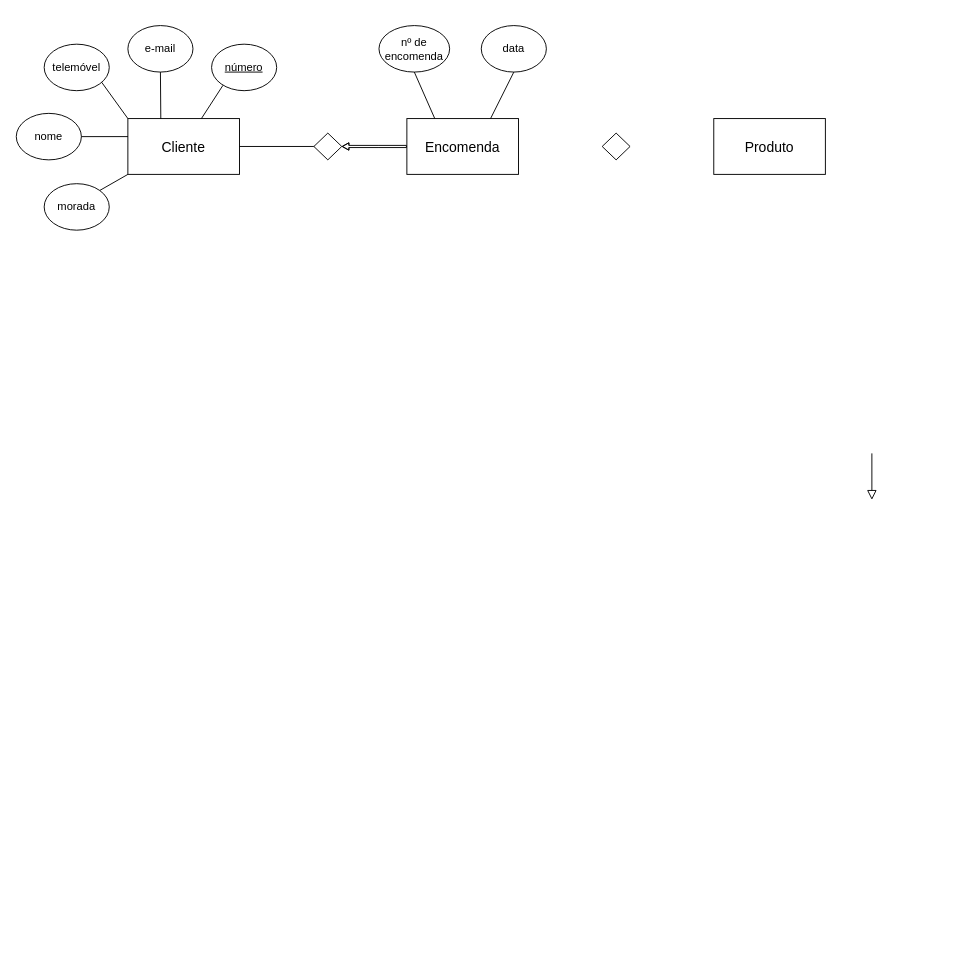
Earlier version of the draw.io diagram Diagrama sem nome.drawio (GreenMemory16/BD-2022-2023). Source tidied: cells renumbered, new cells numbered last; positions are measured from the earlier drawing's top-left corner, leaving out a move shared by most shapes. Both pictures are drawn from the tidied source at 93%, with x=0, y=0 at pixel (16, 25).
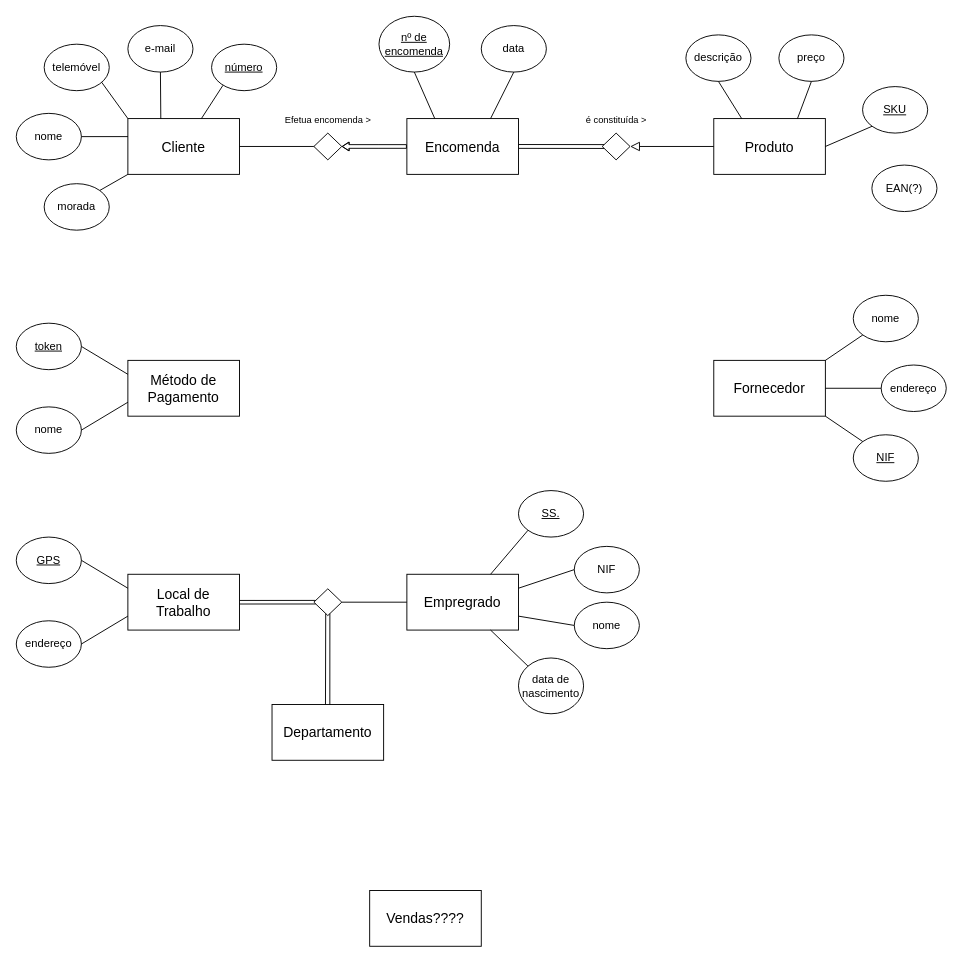
Above is the later version.

Commit message:
Elementos base do diagrama

The change refers to these unchanged cells:
```xml
<mxCell id="5" value="&lt;font style=&quot;font-size: 15px;&quot;&gt;Encomenda&lt;/font&gt;" style="rounded=0;whiteSpace=wrap;html=1;" parent="1" vertex="1">
  <mxGeometry x="420" y="100" width="120" height="60" as="geometry" />
</mxCell>
<mxCell id="22" style="rhombus;whiteSpace=wrap;html=1;" parent="1" vertex="1">
  <mxGeometry x="630" y="115.6" width="30" height="28.8" as="geometry" />
</mxCell>
<mxCell id="23" value="&lt;font style=&quot;font-size: 15px;&quot;&gt;Produto&lt;/font&gt;" style="rounded=0;whiteSpace=wrap;html=1;" parent="1" vertex="1">
  <mxGeometry x="750" y="100" width="120" height="60" as="geometry" />
</mxCell>
```

Change to the diagram source:
```diff
@@
-    <mxCell id="2" style="rounded=0;html=1;jettySize=auto;orthogonalLoop=1;fontSize=11;endArrow=block;endFill=0;endSize=8;strokeWidth=1;shadow=0;labelBackgroundColor=none;edgeStyle=orthogonalEdgeStyle;" parent="1" edge="1">
-      <mxGeometry relative="1" as="geometry">
-        <mxPoint x="920" y="460" as="sourcePoint" />
-        <mxPoint x="920" y="510" as="targetPoint" />
-      </mxGeometry>
-    </mxCell>
@@
-    <mxCell id="7" style="shape=flexArrow;endArrow=classic;html=1;rounded=0;endWidth=4.56679286100595;endSize=2.053953488372093;width=2.3255813953488373;" parent="1" edge="1">
+    <mxCell id="7" style="shape=flexArrow;endArrow=classic;html=1;rounded=0;endWidth=4.56679286100595;endSize=2.118229166666667;width=3.9583333333333335;" parent="1" edge="1">
       <mxGeometry relative="1" as="geometry">
         <mxPoint x="420" y="130" as="sourcePoint" />
         <mxPoint x="350" y="130" as="targetPoint" />
         <Array as="points">
           <mxPoint x="390" y="130" />
         </Array>
       </mxGeometry>
     </mxCell>
@@
-    <mxCell id="18" value="nº de encomenda" style="ellipse;whiteSpace=wrap;html=1;" parent="1" vertex="1">
-      <mxGeometry x="390" width="76" height="50" as="geometry" />
+    <mxCell id="18" value="&lt;u&gt;nº de encomenda&lt;/u&gt;" style="ellipse;whiteSpace=wrap;html=1;" parent="1" vertex="1">
+      <mxGeometry x="390" y="-10" width="76" height="60" as="geometry" />
     </mxCell>
@@
+    <mxCell id="24" style="rounded=0;html=1;jettySize=auto;fontSize=11;endArrow=block;endFill=0;endSize=8;strokeWidth=1;shadow=0;labelBackgroundColor=none;edgeStyle=orthogonalEdgeStyle;entryX=1;entryY=0.5;entryDx=0;entryDy=0;exitX=0;exitY=0.5;exitDx=0;exitDy=0;" parent="1" edge="1" source="23" target="22">
+      <mxGeometry relative="1" as="geometry" />
+    </mxCell>
+    <mxCell id="25" style="endArrow=none;html=1;rounded=0;entryX=0.069;entryY=0.43;entryDx=0;entryDy=0;entryPerimeter=0;exitX=1;exitY=0.465;exitDx=0;exitDy=0;exitPerimeter=0;" parent="1" edge="1" source="5" target="22">
+      <mxGeometry relative="1" as="geometry" />
+    </mxCell>
+    <mxCell id="26" style="endArrow=none;html=1;rounded=0;entryX=0.071;entryY=0.574;entryDx=0;entryDy=0;entryPerimeter=0;exitX=1.002;exitY=0.534;exitDx=0;exitDy=0;exitPerimeter=0;" parent="1" edge="1" source="5" target="22">
+      <mxGeometry relative="1" as="geometry" />
+    </mxCell>
+    <mxCell id="27" value="descrição" style="ellipse;whiteSpace=wrap;html=1;" parent="1" vertex="1">
+      <mxGeometry x="720" y="10" width="70" height="50" as="geometry" />
+    </mxCell>
+    <mxCell id="28" value="preço" style="ellipse;whiteSpace=wrap;html=1;" parent="1" vertex="1">
+      <mxGeometry x="820" y="10" width="70" height="50" as="geometry" />
+    </mxCell>
+    <mxCell id="29" value="&lt;u&gt;SKU&lt;/u&gt;" style="ellipse;whiteSpace=wrap;html=1;" parent="1" vertex="1">
+      <mxGeometry x="910" y="65.6" width="70" height="50" as="geometry" />
+    </mxCell>
+    <mxCell id="30" value="EAN(?)" style="ellipse;whiteSpace=wrap;html=1;" parent="1" vertex="1">
+      <mxGeometry x="920" y="150" width="70" height="50" as="geometry" />
+    </mxCell>
+    <mxCell id="31" style="endArrow=none;html=1;rounded=0;entryX=0.5;entryY=1;entryDx=0;entryDy=0;exitX=0.25;exitY=0;exitDx=0;exitDy=0;" parent="1" edge="1" source="23" target="27">
+      <mxGeometry relative="1" as="geometry" />
+    </mxCell>
+    <mxCell id="32" style="endArrow=none;html=1;rounded=0;entryX=0.5;entryY=1;entryDx=0;entryDy=0;exitX=0.75;exitY=0;exitDx=0;exitDy=0;" parent="1" edge="1" source="23" target="28">
+      <mxGeometry relative="1" as="geometry" />
+    </mxCell>
+    <mxCell id="33" style="endArrow=none;html=1;rounded=0;entryX=0;entryY=1;entryDx=0;entryDy=0;exitX=1;exitY=0.5;exitDx=0;exitDy=0;" parent="1" edge="1" source="23" target="29">
+      <mxGeometry relative="1" as="geometry" />
+    </mxCell>
+    <mxCell id="34" value="&lt;font style=&quot;font-size: 10px;&quot;&gt;Efetua encomenda &amp;gt;&lt;/font&gt;" style="text;html=1;align=center;verticalAlign=middle;strokeColor=none;fillColor=none;" parent="1" vertex="1">
+      <mxGeometry x="275" y="85.6" width="120" height="30" as="geometry" />
+    </mxCell>
+    <mxCell id="35" value="&lt;font style=&quot;font-size: 10px;&quot;&gt;é constituída &amp;gt;&lt;/font&gt;" style="text;html=1;align=center;verticalAlign=middle;strokeColor=none;fillColor=none;" parent="1" vertex="1">
+      <mxGeometry x="600" y="85.6" width="90" height="30" as="geometry" />
+    </mxCell>
+    <mxCell id="36" value="&lt;font style=&quot;font-size: 15px;&quot;&gt;Fornecedor&lt;/font&gt;" style="rounded=0;whiteSpace=wrap;html=1;" parent="1" vertex="1">
+      <mxGeometry x="750" y="360" width="120" height="60" as="geometry" />
+    </mxCell>
+    <mxCell id="37" value="&lt;font style=&quot;font-size: 15px;&quot;&gt;Método de Pagamento&lt;/font&gt;" style="rounded=0;whiteSpace=wrap;html=1;" parent="1" vertex="1">
+      <mxGeometry x="120" y="360" width="120" height="60" as="geometry" />
+    </mxCell>
+    <mxCell id="38" value="&lt;u&gt;token&lt;/u&gt;" style="ellipse;whiteSpace=wrap;html=1;" parent="1" vertex="1">
+      <mxGeometry y="320" width="70" height="50" as="geometry" />
+    </mxCell>
+    <mxCell id="39" value="nome" style="ellipse;whiteSpace=wrap;html=1;" parent="1" vertex="1">
+      <mxGeometry y="410" width="70" height="50" as="geometry" />
+    </mxCell>
+    <mxCell id="40" style="endArrow=none;html=1;rounded=0;exitX=1;exitY=0.5;exitDx=0;exitDy=0;entryX=0;entryY=0.25;entryDx=0;entryDy=0;" parent="1" edge="1" source="38" target="37">
+      <mxGeometry relative="1" as="geometry" />
+    </mxCell>
+    <mxCell id="41" style="endArrow=none;html=1;rounded=0;entryX=0;entryY=0.75;entryDx=0;entryDy=0;exitX=1;exitY=0.5;exitDx=0;exitDy=0;" parent="1" edge="1" source="39" target="37">
+      <mxGeometry relative="1" as="geometry" />
+    </mxCell>
+    <mxCell id="42" value="&lt;font style=&quot;font-size: 15px;&quot;&gt;Local de Trabalho&lt;/font&gt;" style="rounded=0;whiteSpace=wrap;html=1;" parent="1" vertex="1">
+      <mxGeometry x="120" y="590" width="120" height="60" as="geometry" />
+    </mxCell>
+    <mxCell id="43" value="&lt;font style=&quot;font-size: 15px;&quot;&gt;Empregrado&lt;/font&gt;" style="rounded=0;whiteSpace=wrap;html=1;" parent="1" vertex="1">
+      <mxGeometry x="420" y="590" width="120" height="60" as="geometry" />
+    </mxCell>
+    <mxCell id="44" value="&lt;u&gt;SS.&lt;/u&gt;" style="ellipse;whiteSpace=wrap;html=1;" parent="1" vertex="1">
+      <mxGeometry x="540" y="500" width="70" height="50" as="geometry" />
+    </mxCell>
+    <mxCell id="45" value="NIF" style="ellipse;whiteSpace=wrap;html=1;" parent="1" vertex="1">
+      <mxGeometry x="600" y="560" width="70" height="50" as="geometry" />
+    </mxCell>
+    <mxCell id="46" value="nome" style="ellipse;whiteSpace=wrap;html=1;" parent="1" vertex="1">
+      <mxGeometry x="600" y="620" width="70" height="50" as="geometry" />
+    </mxCell>
+    <mxCell id="47" value="data de nascimento" style="ellipse;whiteSpace=wrap;html=1;" parent="1" vertex="1">
+      <mxGeometry x="540" y="680" width="70" height="60" as="geometry" />
+    </mxCell>
+    <mxCell id="48" style="endArrow=none;html=1;rounded=0;entryX=0;entryY=0;entryDx=0;entryDy=0;exitX=0.75;exitY=1;exitDx=0;exitDy=0;" parent="1" edge="1" source="43" target="47">
+      <mxGeometry relative="1" as="geometry" />
+    </mxCell>
+    <mxCell id="49" style="endArrow=none;html=1;rounded=0;entryX=0;entryY=1;entryDx=0;entryDy=0;exitX=0.75;exitY=0;exitDx=0;exitDy=0;" parent="1" edge="1" source="43" target="44">
+      <mxGeometry relative="1" as="geometry" />
+    </mxCell>
+    <mxCell id="50" style="endArrow=none;html=1;rounded=0;entryX=0;entryY=0.5;entryDx=0;entryDy=0;exitX=1;exitY=0.25;exitDx=0;exitDy=0;" parent="1" edge="1" source="43" target="45">
+      <mxGeometry relative="1" as="geometry" />
+    </mxCell>
+    <mxCell id="51" style="endArrow=none;html=1;rounded=0;entryX=0;entryY=0.5;entryDx=0;entryDy=0;exitX=1;exitY=0.75;exitDx=0;exitDy=0;" parent="1" edge="1" source="43" target="46">
+      <mxGeometry relative="1" as="geometry" />
+    </mxCell>
+    <mxCell id="52" style="rhombus;whiteSpace=wrap;html=1;" parent="1" vertex="1">
+      <mxGeometry x="320" y="605.6" width="30" height="28.8" as="geometry" />
+    </mxCell>
+    <mxCell id="53" value="&lt;u&gt;GPS&lt;/u&gt;" style="ellipse;whiteSpace=wrap;html=1;" parent="1" vertex="1">
+      <mxGeometry y="550" width="70" height="50" as="geometry" />
+    </mxCell>
+    <mxCell id="54" value="endereço" style="ellipse;whiteSpace=wrap;html=1;" parent="1" vertex="1">
+      <mxGeometry y="640" width="70" height="50" as="geometry" />
+    </mxCell>
+    <mxCell id="55" style="endArrow=none;html=1;rounded=0;entryX=1;entryY=0.5;entryDx=0;entryDy=0;exitX=0;exitY=0.25;exitDx=0;exitDy=0;" parent="1" edge="1" source="42" target="53">
+      <mxGeometry relative="1" as="geometry" />
+    </mxCell>
+    <mxCell id="56" style="endArrow=none;html=1;rounded=0;entryX=0;entryY=0.75;entryDx=0;entryDy=0;exitX=1;exitY=0.5;exitDx=0;exitDy=0;" parent="1" edge="1" source="54" target="42">
+      <mxGeometry relative="1" as="geometry" />
+    </mxCell>
+    <mxCell id="57" style="endArrow=none;html=1;rounded=0;entryX=0;entryY=0.5;entryDx=0;entryDy=0;exitX=1;exitY=0.5;exitDx=0;exitDy=0;" parent="1" edge="1" source="52" target="43">
+      <mxGeometry relative="1" as="geometry" />
+    </mxCell>
+    <mxCell id="58" style="endArrow=none;html=1;rounded=0;entryX=0.063;entryY=0.434;entryDx=0;entryDy=0;entryPerimeter=0;exitX=1.002;exitY=0.469;exitDx=0;exitDy=0;exitPerimeter=0;" parent="1" edge="1" source="42" target="52">
+      <mxGeometry relative="1" as="geometry" />
+    </mxCell>
+    <mxCell id="59" style="endArrow=none;html=1;rounded=0;entryX=0.066;entryY=0.568;entryDx=0;entryDy=0;entryPerimeter=0;exitX=1.001;exitY=0.533;exitDx=0;exitDy=0;exitPerimeter=0;" parent="1" edge="1" source="42" target="52">
+      <mxGeometry relative="1" as="geometry" />
+    </mxCell>
+    <mxCell id="60" value="nome" style="ellipse;whiteSpace=wrap;html=1;" parent="1" vertex="1">
+      <mxGeometry x="900" y="290" width="70" height="50" as="geometry" />
+    </mxCell>
+    <mxCell id="61" value="endereço" style="ellipse;whiteSpace=wrap;html=1;" parent="1" vertex="1">
+      <mxGeometry x="930" y="365" width="70" height="50" as="geometry" />
+    </mxCell>
+    <mxCell id="62" value="&lt;u&gt;NIF&lt;/u&gt;" style="ellipse;whiteSpace=wrap;html=1;" parent="1" vertex="1">
+      <mxGeometry x="900" y="440" width="70" height="50" as="geometry" />
+    </mxCell>
+    <mxCell id="63" style="endArrow=none;html=1;rounded=0;entryX=0;entryY=0.5;entryDx=0;entryDy=0;exitX=1;exitY=0.5;exitDx=0;exitDy=0;" parent="1" edge="1" source="36" target="61">
+      <mxGeometry relative="1" as="geometry" />
+    </mxCell>
+    <mxCell id="64" style="endArrow=none;html=1;rounded=0;entryX=0;entryY=1;entryDx=0;entryDy=0;exitX=1;exitY=0;exitDx=0;exitDy=0;" parent="1" edge="1" source="36" target="60">
+      <mxGeometry relative="1" as="geometry" />
+    </mxCell>
+    <mxCell id="65" style="endArrow=none;html=1;rounded=0;entryX=0;entryY=0;entryDx=0;entryDy=0;exitX=1;exitY=1;exitDx=0;exitDy=0;" parent="1" edge="1" source="36" target="62">
+      <mxGeometry relative="1" as="geometry" />
+    </mxCell>
+    <mxCell id="66" value="&lt;font style=&quot;font-size: 15px;&quot;&gt;Departamento&lt;/font&gt;" style="rounded=0;whiteSpace=wrap;html=1;" parent="1" vertex="1">
+      <mxGeometry x="275" y="730" width="120" height="60" as="geometry" />
+    </mxCell>
+    <mxCell id="67" style="endArrow=none;html=1;rounded=0;entryX=0.424;entryY=0.932;entryDx=0;entryDy=0;entryPerimeter=0;exitX=0.479;exitY=0.003;exitDx=0;exitDy=0;exitPerimeter=0;" parent="1" edge="1" source="66" target="52">
+      <mxGeometry relative="1" as="geometry" />
+    </mxCell>
+    <mxCell id="68" style="endArrow=none;html=1;rounded=0;entryX=0.574;entryY=0.927;entryDx=0;entryDy=0;entryPerimeter=0;exitX=0.518;exitY=0.003;exitDx=0;exitDy=0;exitPerimeter=0;" parent="1" edge="1" source="66" target="52">
+      <mxGeometry relative="1" as="geometry" />
+    </mxCell>
+    <mxCell id="69" value="&lt;font style=&quot;font-size: 15px;&quot;&gt;Vendas????&lt;/font&gt;" style="rounded=0;whiteSpace=wrap;html=1;" parent="1" vertex="1">
+      <mxGeometry x="380" y="930" width="120" height="60" as="geometry" />
+    </mxCell>
```
